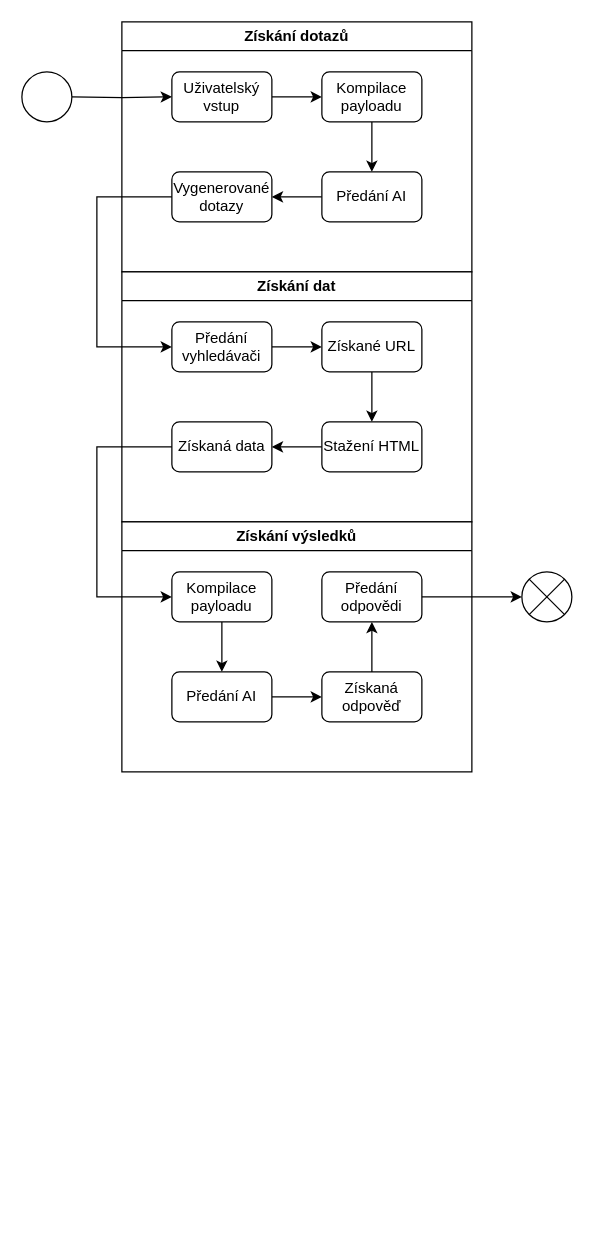
This is diagrams/data_flow.drawio from OndrejDuda022/MP_AI_Search, a draw.io file, before an edit. Source tidied: cells renumbered, new cells numbered last; positions are measured from the earlier drawing's top-left corner, leaving out a move shared by most shapes. Both pictures are drawn from the tidied source at 125%, with x=0, y=0 at pixel (21, 21).
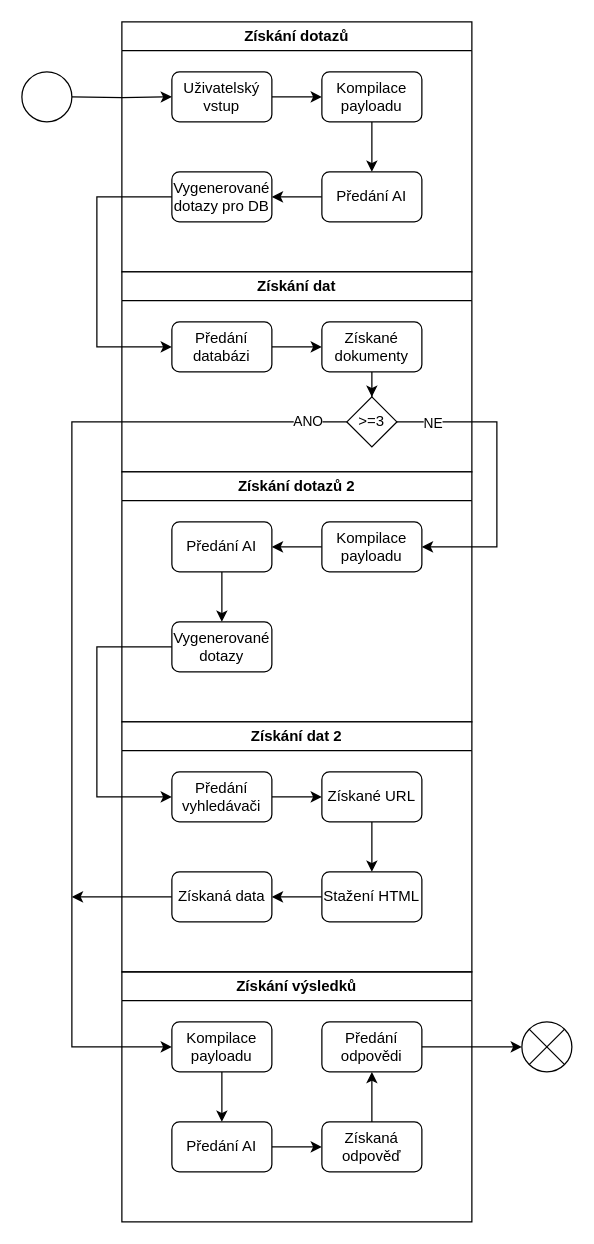
The same diagram, later.

Unchanged cells that the change refers to:
```xml
<mxCell id="2" value="Získání dotazů" style="swimlane;whiteSpace=wrap;html=1;" parent="1" vertex="1">
  <mxGeometry x="80" width="280" height="200" as="geometry" />
</mxCell>
<mxCell id="20" value="Kompilace payloadu" style="rounded=1;whiteSpace=wrap;html=1;" parent="18" vertex="1">
  <mxGeometry x="40" y="40" width="80" height="40" as="geometry" />
</mxCell>
<mxCell id="25" value="Předání odpovědi" style="rounded=1;whiteSpace=wrap;html=1;" parent="18" vertex="1">
  <mxGeometry x="160" y="40" width="80" height="40" as="geometry" />
</mxCell>
```

Diff of the diagram source:
```diff
@@
-    <mxCell id="9" value="Vygenerované dotazy" style="rounded=1;whiteSpace=wrap;html=1;" parent="2" vertex="1">
+    <mxCell id="9" value="Vygenerované dotazy pro DB" style="rounded=1;whiteSpace=wrap;html=1;" parent="2" vertex="1">
       <mxGeometry x="40" y="120" width="80" height="40" as="geometry" />
     </mxCell>
     <mxCell id="10" value="Získání dat" style="swimlane;whiteSpace=wrap;html=1;" parent="1" vertex="1">
-      <mxGeometry x="80" y="200" width="280" height="200" as="geometry" />
+      <mxGeometry x="80" y="200" width="280" height="160" as="geometry" />
     </mxCell>
-    <mxCell id="11" style="edgeStyle=orthogonalEdgeStyle;rounded=0;jettySize=auto;html=1;entryX=0;entryY=0.5;entryDx=0;entryDy=0;" parent="10" edge="1" source="12" target="17">
-      <mxGeometry relative="1" as="geometry" />
-    </mxCell>
-    <mxCell id="12" value="Předání vyhledávači" style="rounded=1;whiteSpace=wrap;html=1;" parent="10" vertex="1">
-      <mxGeometry x="40" y="40" width="80" height="40" as="geometry" />
-    </mxCell>
-    <mxCell id="13" style="edgeStyle=orthogonalEdgeStyle;rounded=0;jettySize=auto;html=1;" parent="10" edge="1" source="14">
-      <mxGeometry relative="1" as="geometry">
-        <mxPoint x="120" y="140" as="targetPoint" />
-      </mxGeometry>
-    </mxCell>
-    <mxCell id="14" value="Stažení HTML" style="rounded=1;whiteSpace=wrap;html=1;" parent="10" vertex="1">
-      <mxGeometry x="160" y="120" width="80" height="40" as="geometry" />
-    </mxCell>
-    <mxCell id="15" value="Získaná data" style="rounded=1;whiteSpace=wrap;html=1;" parent="10" vertex="1">
-      <mxGeometry x="40" y="120" width="80" height="40" as="geometry" />
-    </mxCell>
-    <mxCell id="16" style="edgeStyle=orthogonalEdgeStyle;rounded=0;jettySize=auto;html=1;entryX=0.5;entryY=0;entryDx=0;entryDy=0;" parent="10" edge="1" source="17" target="14">
-      <mxGeometry relative="1" as="geometry" />
-    </mxCell>
-    <mxCell id="17" value="Získané URL" style="rounded=1;whiteSpace=wrap;html=1;" parent="10" vertex="1">
-      <mxGeometry x="160" y="40" width="80" height="40" as="geometry" />
-    </mxCell>
+    <mxCell id="32" style="edgeStyle=orthogonalEdgeStyle;rounded=0;jettySize=auto;html=1;entryX=0;entryY=0.5;entryDx=0;entryDy=0;" parent="10" edge="1" source="33" target="35">
+      <mxGeometry relative="1" as="geometry" />
+    </mxCell>
+    <mxCell id="33" value="Předání databázi" style="rounded=1;whiteSpace=wrap;html=1;" parent="10" vertex="1">
+      <mxGeometry x="40" y="40" width="80" height="40" as="geometry" />
+    </mxCell>
+    <mxCell id="34" style="edgeStyle=orthogonalEdgeStyle;rounded=0;jettySize=auto;html=1;entryX=0.5;entryY=0;entryDx=0;entryDy=0;" parent="10" edge="1" source="35" target="36">
+      <mxGeometry relative="1" as="geometry" />
+    </mxCell>
+    <mxCell id="35" value="Získané dokumenty" style="rounded=1;whiteSpace=wrap;html=1;" parent="10" vertex="1">
+      <mxGeometry x="160" y="40" width="80" height="40" as="geometry" />
+    </mxCell>
+    <mxCell id="36" value="&amp;gt;=3" style="rhombus;whiteSpace=wrap;html=1;" parent="10" vertex="1">
+      <mxGeometry x="180" y="100" width="40" height="40" as="geometry" />
+    </mxCell>
     <mxCell id="18" value="Získání výsledků" style="swimlane;whiteSpace=wrap;html=1;" parent="1" vertex="1">
-      <mxGeometry x="80" y="400" width="280" height="200" as="geometry" />
+      <mxGeometry x="80" y="760" width="280" height="200" as="geometry" />
     </mxCell>
@@
     <mxCell id="27" style="edgeStyle=orthogonalEdgeStyle;rounded=0;jettySize=auto;html=1;entryX=0;entryY=0.5;entryDx=0;entryDy=0;" parent="1" edge="1" source="25">
       <mxGeometry relative="1" as="geometry">
-        <mxPoint x="400" y="460" as="targetPoint" />
+        <mxPoint x="400" y="820" as="targetPoint" />
       </mxGeometry>
     </mxCell>
@@
     <mxCell id="29" style="shape=sumEllipse;perimeter=ellipsePerimeter;html=1;backgroundOutline=1;" parent="1" vertex="1">
-      <mxGeometry x="400" y="440" width="40" height="40" as="geometry" />
+      <mxGeometry x="400" y="800" width="40" height="40" as="geometry" />
     </mxCell>
-    <mxCell id="30" style="edgeStyle=orthogonalEdgeStyle;rounded=0;jettySize=auto;html=1;entryX=0;entryY=0.5;entryDx=0;entryDy=0;" parent="1" edge="1" source="9" target="12">
-      <mxGeometry relative="1" as="geometry">
-        <Array as="points">
-          <mxPoint x="60" y="140" />
-          <mxPoint x="60" y="260" />
-        </Array>
-      </mxGeometry>
-    </mxCell>
-    <mxCell id="31" style="edgeStyle=orthogonalEdgeStyle;rounded=0;jettySize=auto;html=1;entryX=0;entryY=0.5;entryDx=0;entryDy=0;" parent="1" edge="1" source="15" target="20">
-      <mxGeometry relative="1" as="geometry">
-        <Array as="points">
-          <mxPoint x="60" y="340" />
-          <mxPoint x="60" y="460" />
-        </Array>
-      </mxGeometry>
-    </mxCell>
+    <mxCell id="37" style="edgeStyle=orthogonalEdgeStyle;rounded=0;jettySize=auto;html=1;entryX=0;entryY=0.5;entryDx=0;entryDy=0;" parent="1" edge="1" source="9" target="33">
+      <mxGeometry relative="1" as="geometry">
+        <Array as="points">
+          <mxPoint x="60" y="140" />
+          <mxPoint x="60" y="260" />
+        </Array>
+      </mxGeometry>
+    </mxCell>
+    <mxCell id="38" value="Získání dotazů 2" style="swimlane;whiteSpace=wrap;html=1;" parent="1" vertex="1">
+      <mxGeometry x="80" y="360" width="280" height="200" as="geometry" />
+    </mxCell>
+    <mxCell id="39" style="edgeStyle=orthogonalEdgeStyle;rounded=0;jettySize=auto;html=1;entryX=1;entryY=0.5;entryDx=0;entryDy=0;" parent="38" edge="1" source="40" target="42">
+      <mxGeometry relative="1" as="geometry" />
+    </mxCell>
+    <mxCell id="40" value="Kompilace payloadu" style="rounded=1;whiteSpace=wrap;html=1;" parent="38" vertex="1">
+      <mxGeometry x="160" y="40" width="80" height="40" as="geometry" />
+    </mxCell>
+    <mxCell id="41" style="edgeStyle=orthogonalEdgeStyle;rounded=0;jettySize=auto;html=1;entryX=0.5;entryY=0;entryDx=0;entryDy=0;" parent="38" edge="1" source="42" target="43">
+      <mxGeometry relative="1" as="geometry" />
+    </mxCell>
+    <mxCell id="42" value="Předání AI" style="rounded=1;whiteSpace=wrap;html=1;" parent="38" vertex="1">
+      <mxGeometry x="40" y="40" width="80" height="40" as="geometry" />
+    </mxCell>
+    <mxCell id="43" value="Vygenerované dotazy" style="rounded=1;whiteSpace=wrap;html=1;" parent="38" vertex="1">
+      <mxGeometry x="40" y="120" width="80" height="40" as="geometry" />
+    </mxCell>
+    <mxCell id="44" style="edgeStyle=orthogonalEdgeStyle;rounded=0;jettySize=auto;html=1;entryX=1;entryY=0.5;entryDx=0;entryDy=0;exitX=1;exitY=0.5;exitDx=0;exitDy=0;" parent="1" edge="1" source="36" target="40">
+      <mxGeometry relative="1" as="geometry">
+        <Array as="points">
+          <mxPoint x="380" y="320" />
+          <mxPoint x="380" y="420" />
+        </Array>
+      </mxGeometry>
+    </mxCell>
+    <mxCell id="45" value="NE" style="edgeLabel;html=1;align=center;verticalAlign=middle;" parent="44" vertex="1">
+      <mxGeometry x="-0.77" relative="1" as="geometry" />
+    </mxCell>
+    <mxCell id="46" value="Získání dat 2" style="swimlane;whiteSpace=wrap;html=1;" parent="1" vertex="1">
+      <mxGeometry x="80" y="560" width="280" height="200" as="geometry" />
+    </mxCell>
+    <mxCell id="11" style="edgeStyle=orthogonalEdgeStyle;rounded=0;jettySize=auto;html=1;entryX=0;entryY=0.5;entryDx=0;entryDy=0;" parent="46" edge="1" source="12" target="17">
+      <mxGeometry relative="1" as="geometry" />
+    </mxCell>
+    <mxCell id="12" value="Předání vyhledávači" style="rounded=1;whiteSpace=wrap;html=1;" parent="46" vertex="1">
+      <mxGeometry x="40" y="40" width="80" height="40" as="geometry" />
+    </mxCell>
+    <mxCell id="13" style="edgeStyle=orthogonalEdgeStyle;rounded=0;jettySize=auto;html=1;" parent="46" edge="1" source="14">
+      <mxGeometry relative="1" as="geometry">
+        <mxPoint x="120" y="140" as="targetPoint" />
+      </mxGeometry>
+    </mxCell>
+    <mxCell id="14" value="Stažení HTML" style="rounded=1;whiteSpace=wrap;html=1;" parent="46" vertex="1">
+      <mxGeometry x="160" y="120" width="80" height="40" as="geometry" />
+    </mxCell>
+    <mxCell id="47" style="edgeStyle=orthogonalEdgeStyle;rounded=0;jettySize=auto;html=1;" parent="46" edge="1" source="15">
+      <mxGeometry relative="1" as="geometry">
+        <mxPoint x="-40" y="140" as="targetPoint" />
+      </mxGeometry>
+    </mxCell>
+    <mxCell id="15" value="Získaná data" style="rounded=1;whiteSpace=wrap;html=1;" parent="46" vertex="1">
+      <mxGeometry x="40" y="120" width="80" height="40" as="geometry" />
+    </mxCell>
+    <mxCell id="16" style="edgeStyle=orthogonalEdgeStyle;rounded=0;jettySize=auto;html=1;entryX=0.5;entryY=0;entryDx=0;entryDy=0;" parent="46" edge="1" source="17" target="14">
+      <mxGeometry relative="1" as="geometry" />
+    </mxCell>
+    <mxCell id="17" value="Získané URL" style="rounded=1;whiteSpace=wrap;html=1;" parent="46" vertex="1">
+      <mxGeometry x="160" y="40" width="80" height="40" as="geometry" />
+    </mxCell>
+    <mxCell id="48" style="edgeStyle=orthogonalEdgeStyle;rounded=0;jettySize=auto;html=1;entryX=0;entryY=0.5;entryDx=0;entryDy=0;" parent="1" edge="1" source="43" target="12">
+      <mxGeometry relative="1" as="geometry">
+        <Array as="points">
+          <mxPoint x="60" y="500" />
+          <mxPoint x="60" y="620" />
+        </Array>
+      </mxGeometry>
+    </mxCell>
+    <mxCell id="49" style="edgeStyle=orthogonalEdgeStyle;rounded=0;jettySize=auto;html=1;entryX=0;entryY=0.5;entryDx=0;entryDy=0;" parent="1" edge="1" source="36" target="20">
+      <mxGeometry relative="1" as="geometry">
+        <Array as="points">
+          <mxPoint x="40" y="320" />
+          <mxPoint x="40" y="820" />
+        </Array>
+      </mxGeometry>
+    </mxCell>
+    <mxCell id="50" value="ANO" style="edgeLabel;html=1;align=center;verticalAlign=middle;" parent="49" vertex="1">
+      <mxGeometry x="-0.92" y="-1" relative="1" as="geometry" />
+    </mxCell>
```
